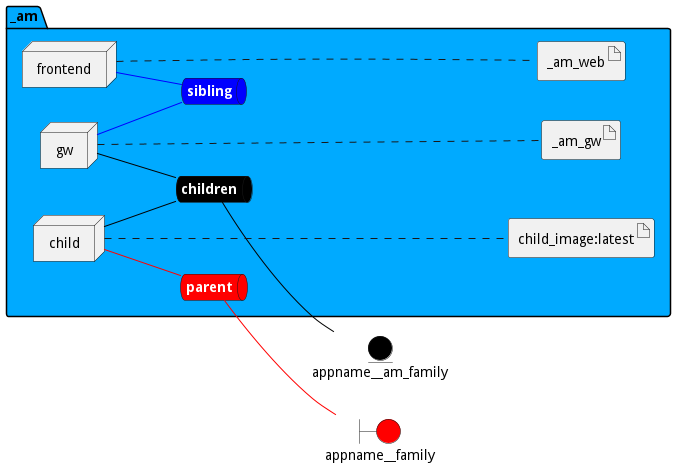
Earlier version of the PlantUML export docs/sabr/aml/am/envs/prod/deployment.png (madajaju/sabr).
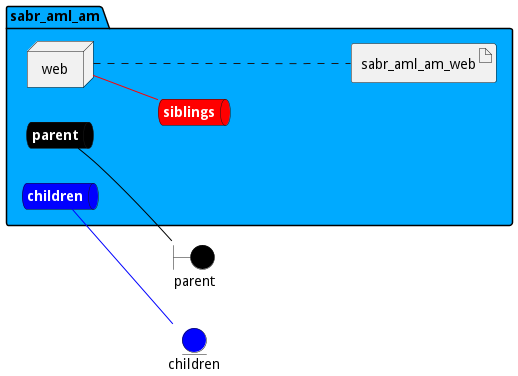
Above is the later version.

Change to the diagram source:
```diff
@@ -3,57 +3,41 @@
 left to right direction
 
 
-boundary appname__family #red
+boundary parent #black
 
 
-entity appname__am_family #black
+entity children #blue
 
 
 
 
-package "_am" #00aaff {
-    queue childrennet #black [
+package "sabr_aml_am" #00aaff {
+    queue parentnet #black [
+            <b><color:white>parent</color></b>
+    ]
+
+    parentnet -[#black]- parent
+
+    queue childrennet #blue [
             <b><color:white>children</color></b>
     ]
 
-    childrennet -[#black]- appname__am_family
+    childrennet -[#blue]- children
 
-    queue siblingnet #blue [
-            <b><color:white>sibling</color></b>
+    queue siblingsnet #red [
+            <b><color:white>siblings</color></b>
     ]
 
-    queue parentnet #red [
-            <b><color:white>parent</color></b>
-    ]
 
-    parentnet -[#red]- appname__family
+node "web" as webService
 
 
-node "child" as childService
-node "frontend" as frontendService
-node "gw" as gwService
-
-
-        artifact "child_image:latest" as child_imagelatestimage
-
-        artifact "_am_web" as _am_webimage
-
-        artifact "_am_gw" as _am_gwimage
+        artifact "sabr_aml_am_web" as sabr_aml_am_webimage
 
 }
 
-childService -[#black]- childrennet
-
-childService -[#red]- parentnet
-
-frontendService -[#blue]- siblingnet
-
-gwService -[#black]- childrennet
-
-gwService -[#blue]- siblingnet
-childService .... child_imagelatestimage
-frontendService .... _am_webimage
-gwService .... _am_gwimage
+webService -[#red]- siblingsnet
+webService .... sabr_aml_am_webimage
 
 
 @enduml
```
